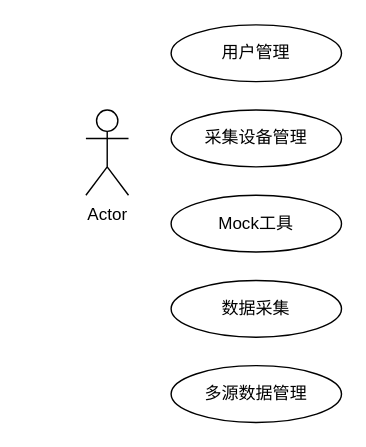
Thesis7/review--master keeps this draw.io diagram as 用例图.drawio. Above is the earlier version. Source tidied: cells renumbered, new cells numbered last; positions are measured from the earlier drawing's top-left corner, leaving out a move shared by most shapes. Both pictures are drawn from the tidied source at 142%, with x=0, y=0 at pixel (85, 24).
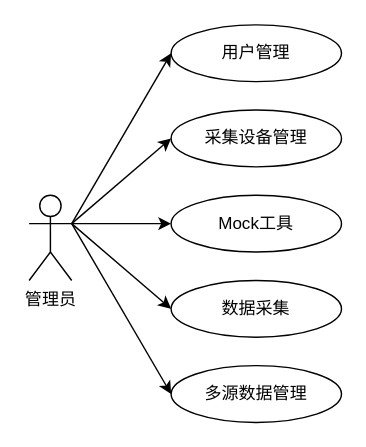
After the change.

Commit message (it also covers changes not shown here):
更新用例图.drawio

Diff of the diagram source:
```diff
@@
 <mxGraphModel>
   <root>
     <mxCell id="0" />
     <mxCell id="1" parent="0" />
+    <mxCell id="8" style="rounded=0;jettySize=auto;html=1;exitX=1;exitY=0.3333333333333333;exitDx=0;exitDy=0;exitPerimeter=0;entryX=0;entryY=0.5;entryDx=0;entryDy=0;" parent="1" edge="1" source="2" target="3">
+      <mxGeometry relative="1" as="geometry" />
+    </mxCell>
+    <mxCell id="9" style="rounded=0;jettySize=auto;html=1;exitX=1;exitY=0.3333333333333333;exitDx=0;exitDy=0;exitPerimeter=0;entryX=0;entryY=0.5;entryDx=0;entryDy=0;" parent="1" edge="1" source="2" target="4">
+      <mxGeometry relative="1" as="geometry" />
+    </mxCell>
+    <mxCell id="10" style="rounded=0;jettySize=auto;html=1;exitX=1;exitY=0.3333333333333333;exitDx=0;exitDy=0;exitPerimeter=0;entryX=0;entryY=0.5;entryDx=0;entryDy=0;" parent="1" edge="1" source="2" target="5">
+      <mxGeometry relative="1" as="geometry" />
+    </mxCell>
+    <mxCell id="11" style="rounded=0;jettySize=auto;html=1;exitX=1;exitY=0.3333333333333333;exitDx=0;exitDy=0;exitPerimeter=0;entryX=0;entryY=0.5;entryDx=0;entryDy=0;" parent="1" edge="1" source="2" target="6">
+      <mxGeometry relative="1" as="geometry" />
+    </mxCell>
+    <mxCell id="12" style="rounded=0;jettySize=auto;html=1;exitX=1;exitY=0.3333333333333333;exitDx=0;exitDy=0;exitPerimeter=0;entryX=0;entryY=0.5;entryDx=0;entryDy=0;" parent="1" edge="1" source="2" target="7">
+      <mxGeometry relative="1" as="geometry" />
+    </mxCell>
-    <mxCell id="2" value="Actor" style="shape=umlActor;verticalLabelPosition=bottom;verticalAlign=top;html=1;outlineConnect=0;" parent="1" vertex="1">
-      <mxGeometry y="60" width="30" height="60" as="geometry" />
+    <mxCell id="2" value="管理员" style="shape=umlActor;verticalLabelPosition=bottom;verticalAlign=top;html=1;outlineConnect=0;" parent="1" vertex="1">
+      <mxGeometry x="-40" y="120" width="30" height="60" as="geometry" />
     </mxCell>
     <mxCell id="3" value="用户管理" style="ellipse;whiteSpace=wrap;html=1;" parent="1" vertex="1">
       <mxGeometry x="60" width="120" height="40" as="geometry" />
     </mxCell>
     <mxCell id="4" value="采集设备管理" style="ellipse;whiteSpace=wrap;html=1;" parent="1" vertex="1">
       <mxGeometry x="60" y="60" width="120" height="40" as="geometry" />
     </mxCell>
     <mxCell id="5" value="Mock工具" style="ellipse;whiteSpace=wrap;html=1;" parent="1" vertex="1">
       <mxGeometry x="60" y="120" width="120" height="40" as="geometry" />
     </mxCell>
     <mxCell id="6" value="数据采集" style="ellipse;whiteSpace=wrap;html=1;" parent="1" vertex="1">
       <mxGeometry x="60" y="180" width="120" height="40" as="geometry" />
     </mxCell>
     <mxCell id="7" value="多源数据管理" style="ellipse;whiteSpace=wrap;html=1;" parent="1" vertex="1">
       <mxGeometry x="60" y="240" width="120" height="40" as="geometry" />
     </mxCell>
   </root>
 </mxGraphModel>
```
